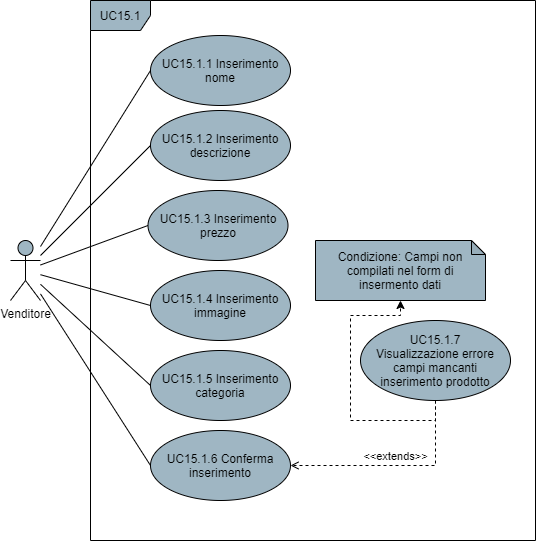
Omicron-Team/Documentazione keeps this draw.io diagram as DocumentazioneEsterna/AnalisiDeiRequisiti/res/UseCase/Immagini/InserimentoProdotto.png. Above is the earlier version. Source tidied: cells renumbered, new cells last; positions are measured from the earlier drawing's top-left corner, leaving out a move shared by most shapes.
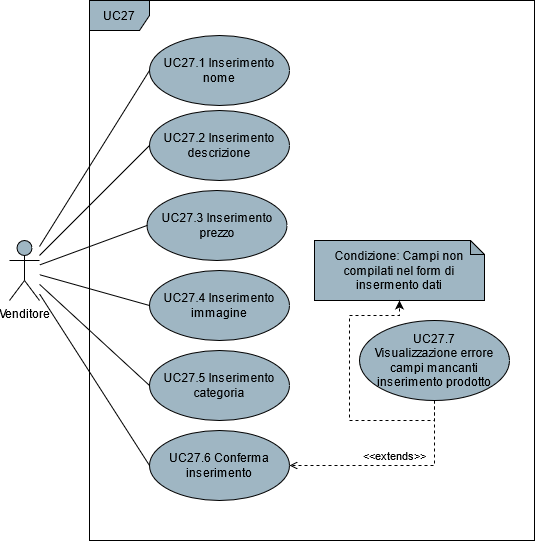
After the change.

What changed in the source:
```diff
@@ -20,28 +20,28 @@
     <mxCell id="7" value="Venditore" style="shape=umlActor;verticalLabelPosition=bottom;verticalAlign=top;html=1;fillColor=#9FB6C3;" parent="1" vertex="1">
       <mxGeometry y="240" width="30" height="60" as="geometry" />
     </mxCell>
-    <mxCell id="8" value="UC15.1" style="shape=umlFrame;whiteSpace=wrap;html=1;fillColor=#9FB6C3;" parent="1" vertex="1">
+    <mxCell id="8" value="UC27" style="shape=umlFrame;whiteSpace=wrap;html=1;fillColor=#9FB6C3;" parent="1" vertex="1">
       <mxGeometry x="80" width="445" height="540" as="geometry" />
     </mxCell>
-    <mxCell id="9" value="UC15.1.1 Inserimento nome" style="ellipse;whiteSpace=wrap;html=1;fillColor=#9FB6C3;" parent="1" vertex="1">
+    <mxCell id="9" value="UC27.1 Inserimento nome" style="ellipse;whiteSpace=wrap;html=1;fillColor=#9FB6C3;" parent="1" vertex="1">
       <mxGeometry x="140" y="35" width="140" height="70" as="geometry" />
     </mxCell>
-    <mxCell id="10" value="UC15.1.2 Inserimento descrizione" style="ellipse;whiteSpace=wrap;html=1;fillColor=#9FB6C3;" parent="1" vertex="1">
+    <mxCell id="10" value="UC27.2 Inserimento descrizione" style="ellipse;whiteSpace=wrap;html=1;fillColor=#9FB6C3;" parent="1" vertex="1">
       <mxGeometry x="140" y="110" width="140" height="70" as="geometry" />
     </mxCell>
-    <mxCell id="11" value="UC15.1.3 Inserimento prezzo" style="ellipse;whiteSpace=wrap;html=1;fillColor=#9FB6C3;" parent="1" vertex="1">
+    <mxCell id="11" value="UC27.3 Inserimento prezzo" style="ellipse;whiteSpace=wrap;html=1;fillColor=#9FB6C3;" parent="1" vertex="1">
       <mxGeometry x="137.5" y="190" width="140" height="70" as="geometry" />
     </mxCell>
-    <mxCell id="12" value="UC15.1.4 Inserimento immagine" style="ellipse;whiteSpace=wrap;html=1;fillColor=#9FB6C3;" parent="1" vertex="1">
+    <mxCell id="12" value="UC27.4 Inserimento immagine" style="ellipse;whiteSpace=wrap;html=1;fillColor=#9FB6C3;" parent="1" vertex="1">
       <mxGeometry x="140" y="270" width="140" height="70" as="geometry" />
     </mxCell>
-    <mxCell id="13" value="UC15.1.6 Conferma inserimento" style="ellipse;whiteSpace=wrap;html=1;fillColor=#9FB6C3;" parent="1" vertex="1">
+    <mxCell id="13" value="UC27.6 Conferma inserimento" style="ellipse;whiteSpace=wrap;html=1;fillColor=#9FB6C3;" parent="1" vertex="1">
       <mxGeometry x="140" y="430" width="140" height="70" as="geometry" />
     </mxCell>
     <mxCell id="14" value="&amp;lt;&amp;lt;extends&amp;gt;&amp;gt;" style="edgeStyle=orthogonalEdgeStyle;rounded=0;jettySize=auto;html=1;exitX=0.5;exitY=1;exitDx=0;exitDy=0;entryX=1;entryY=0.5;entryDx=0;entryDy=0;endArrow=open;endFill=0;dashed=1;verticalAlign=bottom;align=center;" parent="1" edge="1" source="15" target="13">
       <mxGeometry relative="1" as="geometry" />
     </mxCell>
-    <mxCell id="15" value="UC15.1.7 Visualizzazione&amp;nbsp;errore campi mancanti inserimento&amp;nbsp;prodotto" style="ellipse;whiteSpace=wrap;html=1;fillColor=#9FB6C3;" parent="1" vertex="1">
+    <mxCell id="15" value="UC27.7 Visualizzazione&amp;nbsp;errore campi mancanti inserimento&amp;nbsp;prodotto" style="ellipse;whiteSpace=wrap;html=1;fillColor=#9FB6C3;" parent="1" vertex="1">
       <mxGeometry x="350" y="320" width="150" height="80" as="geometry" />
     </mxCell>
     <mxCell id="16" value="Condizione: Campi non compilati&amp;nbsp;nel form di insermento dati" style="shape=note;whiteSpace=wrap;html=1;backgroundOutline=1;darkOpacity=0.05;size=14;fillColor=#9FB6C3;" parent="1" vertex="1">
@@ -57,7 +57,7 @@
         </Array>
       </mxGeometry>
     </mxCell>
-    <mxCell id="18" value="UC15.1.5 Inserimento categoria" style="ellipse;whiteSpace=wrap;html=1;fillColor=#9FB6C3;" parent="1" vertex="1">
+    <mxCell id="18" value="UC27.5 Inserimento categoria" style="ellipse;whiteSpace=wrap;html=1;fillColor=#9FB6C3;" parent="1" vertex="1">
       <mxGeometry x="140" y="350" width="140" height="70" as="geometry" />
     </mxCell>
     <mxCell id="19" style="endArrow=none;html=1;exitX=0;exitY=0.5;exitDx=0;exitDy=0;" parent="1" edge="1" source="18" target="7">
```
